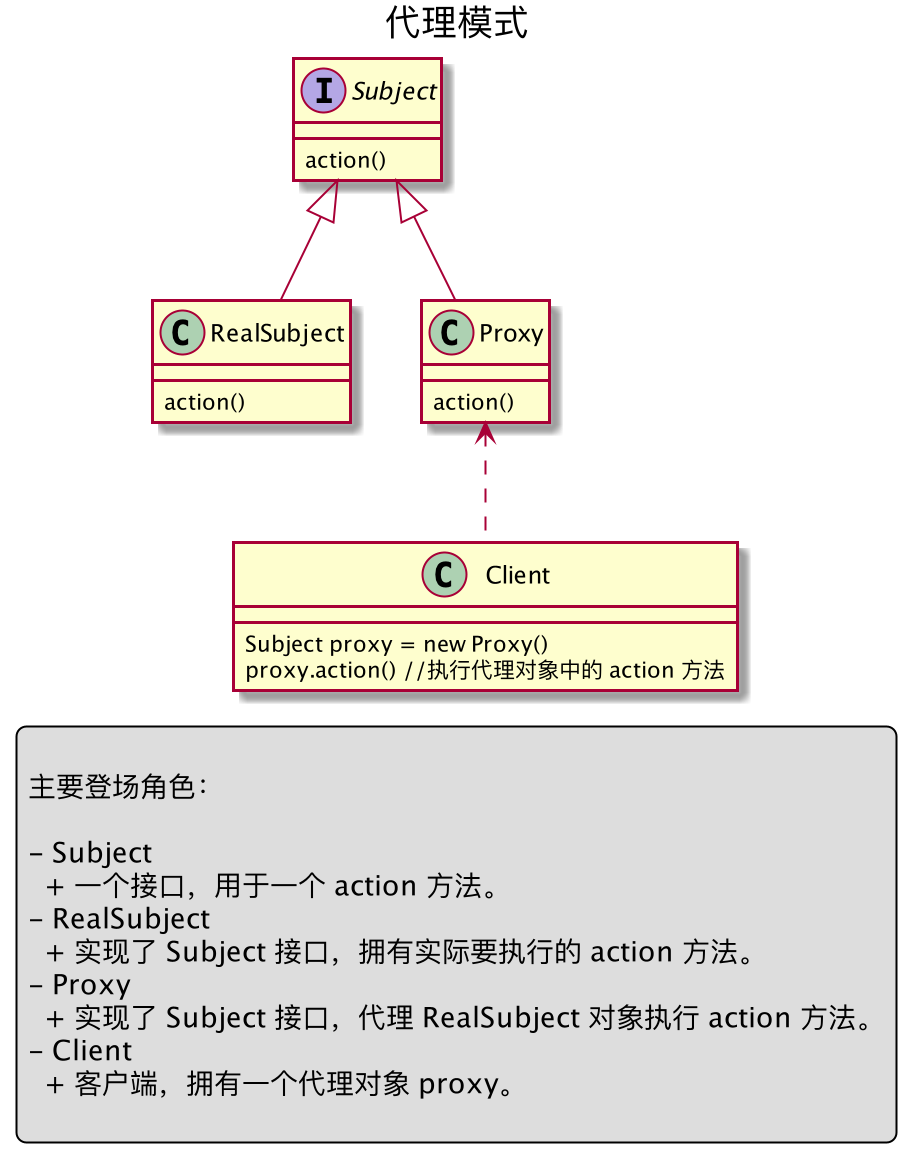
This is img/hufei/202107/proxy.png from huminxicn/hufei.github.io, a PlantUML export, as it was before one commit. Source of this version:
```plantuml
@startuml
title 代理模式

interface Subject

class RealSubject
class Proxy
class Client

Subject <|-- Proxy
Subject <|-- RealSubject
Proxy <.. Client


Subject : action()
RealSubject : action()
Proxy : action()
Client : Subject proxy = new Proxy()
Client : proxy.action() //执行代理对象中的 action 方法


legend

主要登场角色：

- Subject
  + 一个接口，用于一个 action 方法。
- RealSubject
  + 实现了 Subject 接口，拥有实际要执行的 action 方法。
- Proxy
  + 实现了 Subject 接口，代理 RealSubject 对象执行 action 方法。
- Client
  + 客户端，拥有一个代理对象 proxy。

end legend

@enduml
```
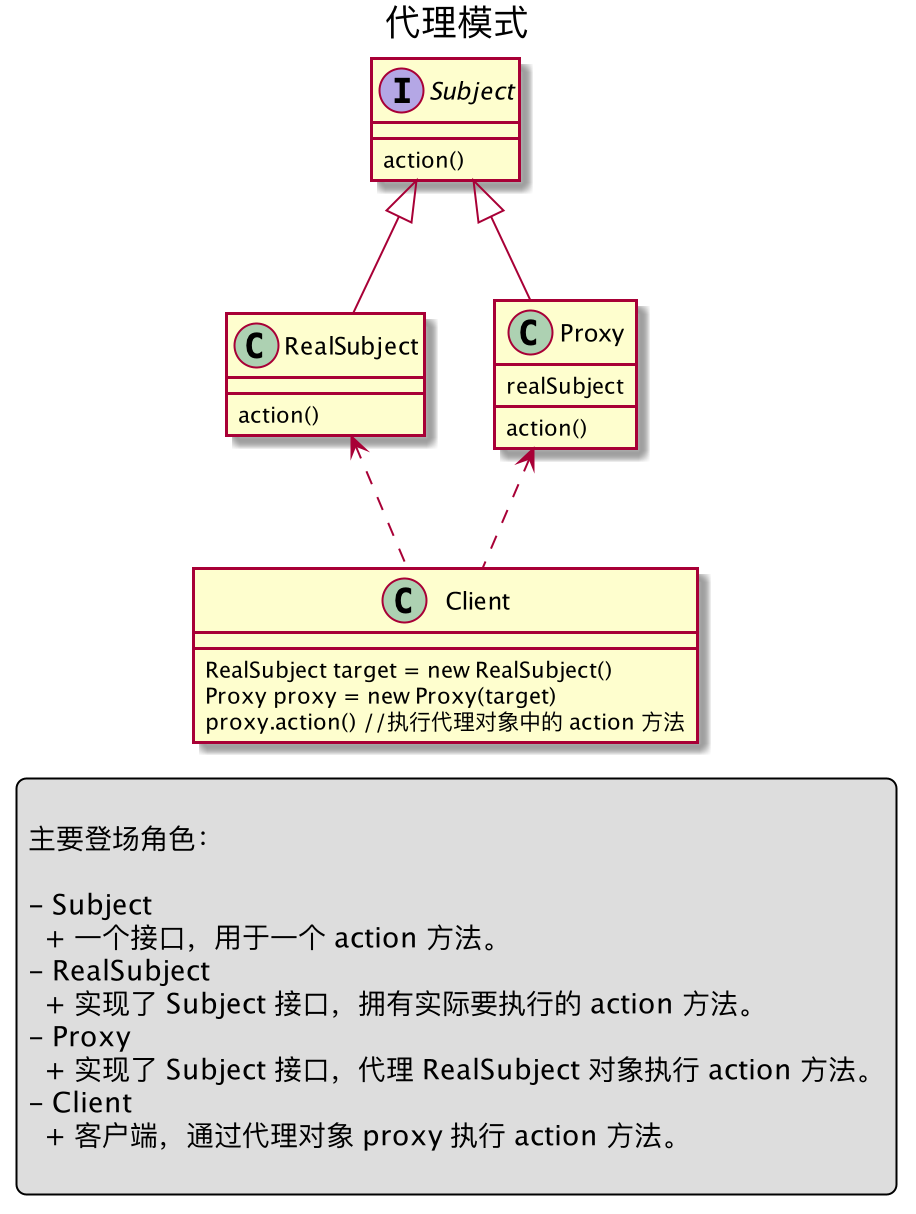
Later version of the same file.

The edit, as a diff of the source:
```diff
@@ -10,12 +10,15 @@
 Subject <|-- Proxy
 Subject <|-- RealSubject
 Proxy <.. Client
+RealSubject <.. Client
 
 
 Subject : action()
 RealSubject : action()
+Proxy : realSubject
 Proxy : action()
-Client : Subject proxy = new Proxy()
+Client : RealSubject target = new RealSubject()
+Client : Proxy proxy = new Proxy(target)
 Client : proxy.action() //执行代理对象中的 action 方法
 
 
@@ -30,7 +33,7 @@
 - Proxy
   + 实现了 Subject 接口，代理 RealSubject 对象执行 action 方法。
 - Client
-  + 客户端，拥有一个代理对象 proxy。
+  + 客户端，通过代理对象 proxy 执行 action 方法。
 
 end legend
 
```
